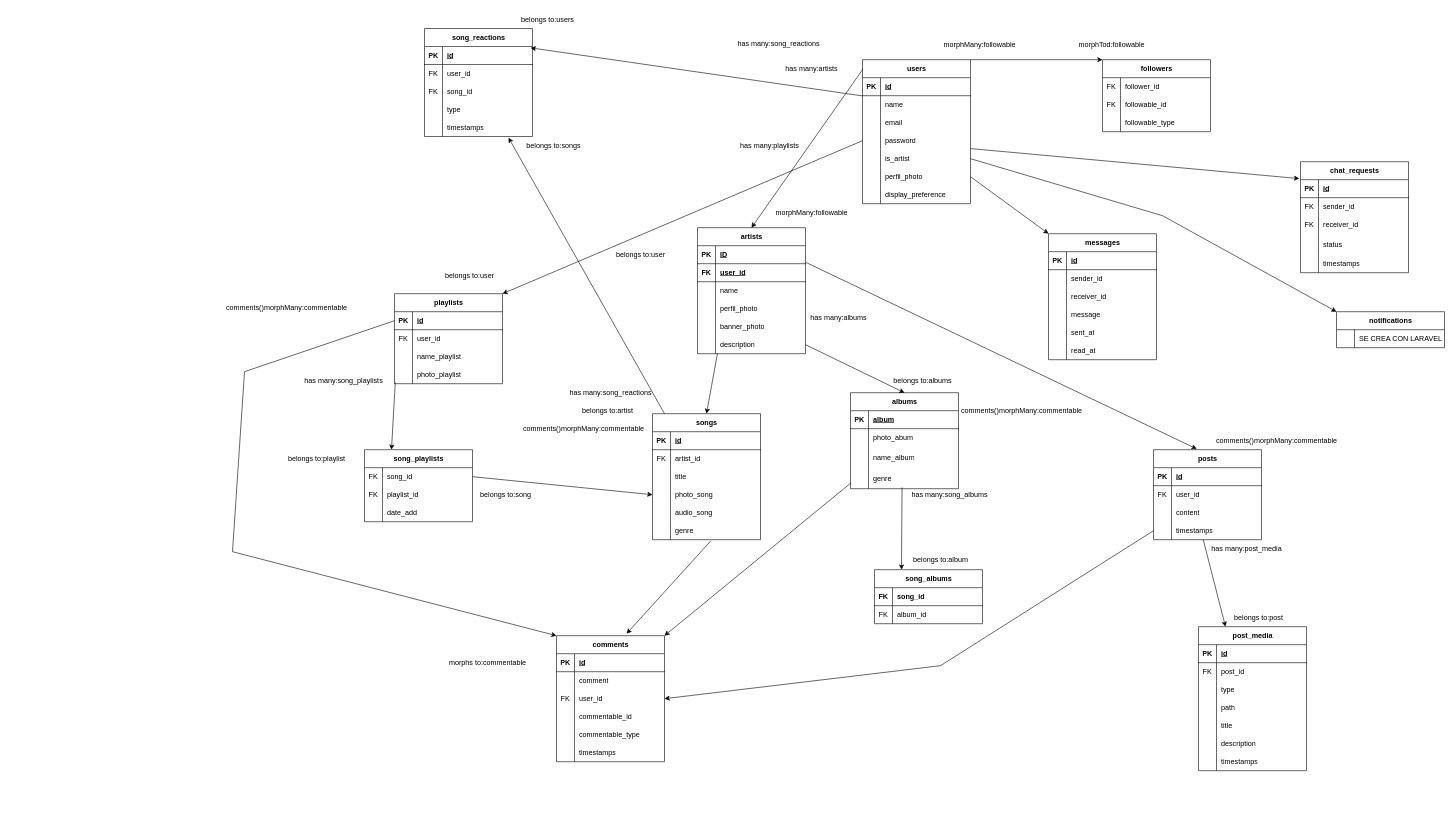
Before: docs/Entity_relation_v1.drawio in AngelBaron/Yuora, a draw.io diagram. Source tidied: cells renumbered, new cells numbered last; positions are measured from the earlier drawing's top-left corner, leaving out a move shared by most shapes. Both pictures are drawn from the tidied source at 60%, with x=0, y=0 at pixel (217, 10).
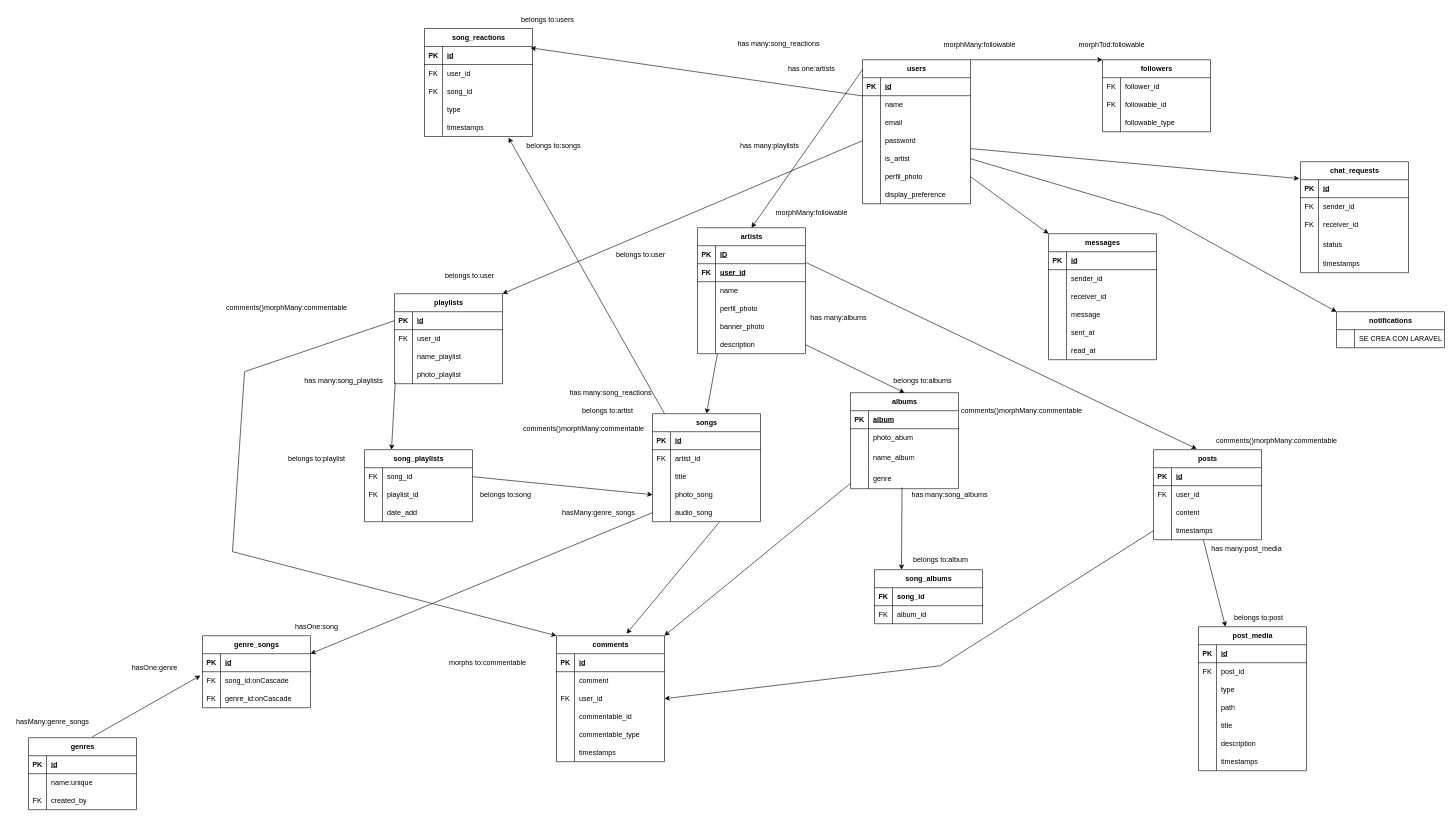
Above is the later version.

The change refers to these unchanged cells:
```xml
<mxCell id="56" style="shape=tableRow;horizontal=0;startSize=0;swimlaneHead=0;swimlaneBody=0;fillColor=none;points=[[0,0.5],[1,0.5]];portConstraint=eastwest;top=0;left=0;right=0;bottom=0;" parent="43" vertex="1">
  <mxGeometry y="150" width="180" height="30" as="geometry" />
</mxCell>
<mxCell id="228" value="comments" style="shape=table;startSize=30;childLayout=tableLayout;rowLines=0;fontStyle=1;align=center;html=1;" parent="1" vertex="1">
  <mxGeometry x="565" y="1042" width="180" height="210" as="geometry" />
</mxCell>
```

Change to the diagram source:
```diff
@@
     <mxCell id="43" value="songs" style="shape=table;startSize=30;childLayout=tableLayout;rowLines=0;fontStyle=1;align=center;html=1;" parent="1" vertex="1">
-      <mxGeometry x="725" y="672" width="180" height="210" as="geometry" />
+      <mxGeometry x="725" y="672" width="180" height="180" as="geometry" />
     </mxCell>
@@
-    <mxCell id="59" style="shape=tableRow;horizontal=0;startSize=0;swimlaneHead=0;swimlaneBody=0;fillColor=none;points=[[0,0.5],[1,0.5]];portConstraint=eastwest;top=0;left=0;right=0;bottom=0;" parent="43" vertex="1">
-      <mxGeometry y="180" width="180" height="30" as="geometry" />
-    </mxCell>
-    <mxCell id="60" style="shape=partialRectangle;fillColor=none;top=0;left=0;bottom=0;right=0;overflow=hidden;whiteSpace=wrap;html=1;" parent="59" vertex="1">
-      <mxGeometry width="30" height="30" as="geometry" />
-    </mxCell>
-    <mxCell id="61" value="genre" style="shape=partialRectangle;fillColor=none;top=0;left=0;bottom=0;right=0;align=left;spacingLeft=6;overflow=hidden;whiteSpace=wrap;html=1;" parent="59" vertex="1">
-      <mxGeometry x="30" width="150" height="30" as="geometry" />
-    </mxCell>
@@
-    <mxCell id="207" value="has many:artists" style="text;html=1;align=center;verticalAlign=middle;strokeColor=none;fillColor=none;" parent="1" vertex="1">
-      <mxGeometry x="935" y="82" width="110" height="30" as="geometry" />
+    <mxCell id="207" value="has one:artists" style="text;html=1;align=center;verticalAlign=middle;strokeColor=none;fillColor=none;" parent="1" vertex="1">
+      <mxGeometry x="940" y="82" width="100" height="30" as="geometry" />
     </mxCell>
@@
-    <mxCell id="253" style="endArrow=classic;html=1;rounded=0;exitX=0.538;exitY=1.079;exitDx=0;exitDy=0;exitPerimeter=0;entryX=0.649;entryY=-0.016;entryDx=0;entryDy=0;entryPerimeter=0;" parent="1" edge="1" source="59" target="228">
+    <mxCell id="253" style="endArrow=classic;html=1;rounded=0;exitX=0.618;exitY=1.033;exitDx=0;exitDy=0;exitPerimeter=0;entryX=0.649;entryY=-0.016;entryDx=0;entryDy=0;entryPerimeter=0;" parent="1" edge="1" source="56" target="228">
       <mxGeometry relative="1" as="geometry" />
     </mxCell>
@@
+    <mxCell id="269" value="genres" style="shape=table;startSize=30;childLayout=tableLayout;rowLines=0;fontStyle=1;align=center;html=1;" parent="1" vertex="1">
+      <mxGeometry x="-315" y="1212" width="180" height="120" as="geometry" />
+    </mxCell>
+    <mxCell id="270" style="shape=tableRow;horizontal=0;startSize=0;swimlaneHead=0;swimlaneBody=0;fillColor=none;top=0;left=0;right=0;bottom=1;" parent="269" vertex="1">
+      <mxGeometry y="30" width="180" height="30" as="geometry" />
+    </mxCell>
+    <mxCell id="271" value="PK" style="shape=partialRectangle;fillColor=none;top=0;left=0;bottom=0;right=0;fontStyle=1;overflow=hidden;whiteSpace=wrap;html=1;" parent="270" vertex="1">
+      <mxGeometry width="30" height="30" as="geometry" />
+    </mxCell>
+    <mxCell id="272" value="id" style="shape=partialRectangle;fillColor=none;top=0;left=0;bottom=0;right=0;align=left;spacingLeft=6;fontStyle=5;overflow=hidden;whiteSpace=wrap;html=1;" parent="270" vertex="1">
+      <mxGeometry x="30" width="150" height="30" as="geometry" />
+    </mxCell>
+    <mxCell id="273" style="shape=tableRow;horizontal=0;startSize=0;swimlaneHead=0;swimlaneBody=0;fillColor=none;top=0;left=0;right=0;bottom=0;" parent="269" vertex="1">
+      <mxGeometry y="60" width="180" height="30" as="geometry" />
+    </mxCell>
+    <mxCell id="60" style="shape=partialRectangle;fillColor=none;top=0;left=0;bottom=0;right=0;overflow=hidden;whiteSpace=wrap;html=1;" parent="273" vertex="1">
+      <mxGeometry width="30" height="30" as="geometry" />
+    </mxCell>
+    <mxCell id="274" value="name:unique" style="shape=partialRectangle;fillColor=none;top=0;left=0;bottom=0;right=0;align=left;spacingLeft=6;overflow=hidden;whiteSpace=wrap;html=1;" parent="273" vertex="1">
+      <mxGeometry x="30" width="150" height="30" as="geometry" />
+    </mxCell>
+    <mxCell id="275" style="shape=tableRow;horizontal=0;startSize=0;swimlaneHead=0;swimlaneBody=0;fillColor=none;top=0;left=0;right=0;bottom=0;" parent="269" vertex="1">
+      <mxGeometry y="90" width="180" height="30" as="geometry" />
+    </mxCell>
+    <mxCell id="276" value="FK" style="shape=partialRectangle;fillColor=none;top=0;left=0;bottom=0;right=0;overflow=hidden;whiteSpace=wrap;html=1;" parent="275" vertex="1">
+      <mxGeometry width="30" height="30" as="geometry" />
+    </mxCell>
+    <mxCell id="277" value="created_by" style="shape=partialRectangle;fillColor=none;top=0;left=0;bottom=0;right=0;align=left;spacingLeft=6;overflow=hidden;whiteSpace=wrap;html=1;" parent="275" vertex="1">
+      <mxGeometry x="30" width="150" height="30" as="geometry" />
+    </mxCell>
+    <mxCell id="278" value="genre_songs" style="shape=table;startSize=30;childLayout=tableLayout;rowLines=0;fontStyle=1;align=center;html=1;" parent="1" vertex="1">
+      <mxGeometry x="-25" y="1042" width="180" height="120" as="geometry" />
+    </mxCell>
+    <mxCell id="279" style="shape=tableRow;horizontal=0;startSize=0;swimlaneHead=0;swimlaneBody=0;fillColor=none;top=0;left=0;right=0;bottom=1;" parent="278" vertex="1">
+      <mxGeometry y="30" width="180" height="30" as="geometry" />
+    </mxCell>
+    <mxCell id="280" value="PK" style="shape=partialRectangle;fillColor=none;top=0;left=0;bottom=0;right=0;fontStyle=1;overflow=hidden;whiteSpace=wrap;html=1;" parent="279" vertex="1">
+      <mxGeometry width="30" height="30" as="geometry" />
+    </mxCell>
+    <mxCell id="281" value="id" style="shape=partialRectangle;fillColor=none;top=0;left=0;bottom=0;right=0;align=left;spacingLeft=6;fontStyle=5;overflow=hidden;whiteSpace=wrap;html=1;" parent="279" vertex="1">
+      <mxGeometry x="30" width="150" height="30" as="geometry" />
+    </mxCell>
+    <mxCell id="282" style="shape=tableRow;horizontal=0;startSize=0;swimlaneHead=0;swimlaneBody=0;fillColor=none;points=[[0,0.5],[1,0.5]];portConstraint=eastwest;top=0;left=0;right=0;bottom=0;" parent="278" vertex="1">
+      <mxGeometry y="60" width="180" height="30" as="geometry" />
+    </mxCell>
+    <mxCell id="283" value="FK" style="shape=partialRectangle;fillColor=none;top=0;left=0;bottom=0;right=0;overflow=hidden;whiteSpace=wrap;html=1;" parent="282" vertex="1">
+      <mxGeometry width="30" height="30" as="geometry" />
+    </mxCell>
+    <mxCell id="284" value="song_id:onCascade" style="shape=partialRectangle;fillColor=none;top=0;left=0;bottom=0;right=0;align=left;spacingLeft=6;overflow=hidden;whiteSpace=wrap;html=1;" parent="282" vertex="1">
+      <mxGeometry x="30" width="150" height="30" as="geometry" />
+    </mxCell>
+    <mxCell id="285" style="shape=tableRow;horizontal=0;startSize=0;swimlaneHead=0;swimlaneBody=0;fillColor=none;top=0;left=0;right=0;bottom=0;" parent="278" vertex="1">
+      <mxGeometry y="90" width="180" height="30" as="geometry" />
+    </mxCell>
+    <mxCell id="286" value="FK" style="shape=partialRectangle;fillColor=none;top=0;left=0;bottom=0;right=0;overflow=hidden;whiteSpace=wrap;html=1;" parent="285" vertex="1">
+      <mxGeometry width="30" height="30" as="geometry" />
+    </mxCell>
+    <mxCell id="287" value="genre_id:onCascade" style="shape=partialRectangle;fillColor=none;top=0;left=0;bottom=0;right=0;align=left;spacingLeft=6;overflow=hidden;whiteSpace=wrap;html=1;" parent="285" vertex="1">
+      <mxGeometry x="30" width="150" height="30" as="geometry" />
+    </mxCell>
+    <mxCell id="288" style="endArrow=classic;html=1;rounded=0;entryX=1;entryY=0.25;entryDx=0;entryDy=0;exitX=0;exitY=0.5;exitDx=0;exitDy=0;" parent="1" edge="1" source="56" target="278">
+      <mxGeometry relative="1" as="geometry" />
+    </mxCell>
+    <mxCell id="289" style="endArrow=classic;html=1;rounded=0;exitX=0.591;exitY=-0.011;exitDx=0;exitDy=0;exitPerimeter=0;entryX=-0.02;entryY=0.219;entryDx=0;entryDy=0;entryPerimeter=0;" parent="1" edge="1" source="269" target="282">
+      <mxGeometry relative="1" as="geometry" />
+    </mxCell>
+    <mxCell id="290" value="hasMany:genre_songs" style="text;html=1;align=center;verticalAlign=middle;strokeColor=none;fillColor=none;" parent="1" vertex="1">
+      <mxGeometry x="565" y="822" width="140" height="30" as="geometry" />
+    </mxCell>
+    <mxCell id="291" value="hasMany:genre_songs" style="text;html=1;align=center;verticalAlign=middle;strokeColor=none;fillColor=none;" parent="1" vertex="1">
+      <mxGeometry x="-345" y="1170" width="140" height="30" as="geometry" />
+    </mxCell>
+    <mxCell id="292" value="hasOne:genre" style="text;html=1;align=center;verticalAlign=middle;strokeColor=none;fillColor=none;" parent="1" vertex="1">
+      <mxGeometry x="-155" y="1080" width="100" height="30" as="geometry" />
+    </mxCell>
+    <mxCell id="293" value="hasOne:song" style="text;html=1;align=center;verticalAlign=middle;strokeColor=none;fillColor=none;" parent="1" vertex="1">
+      <mxGeometry x="120" y="1012" width="90" height="30" as="geometry" />
+    </mxCell>
```
